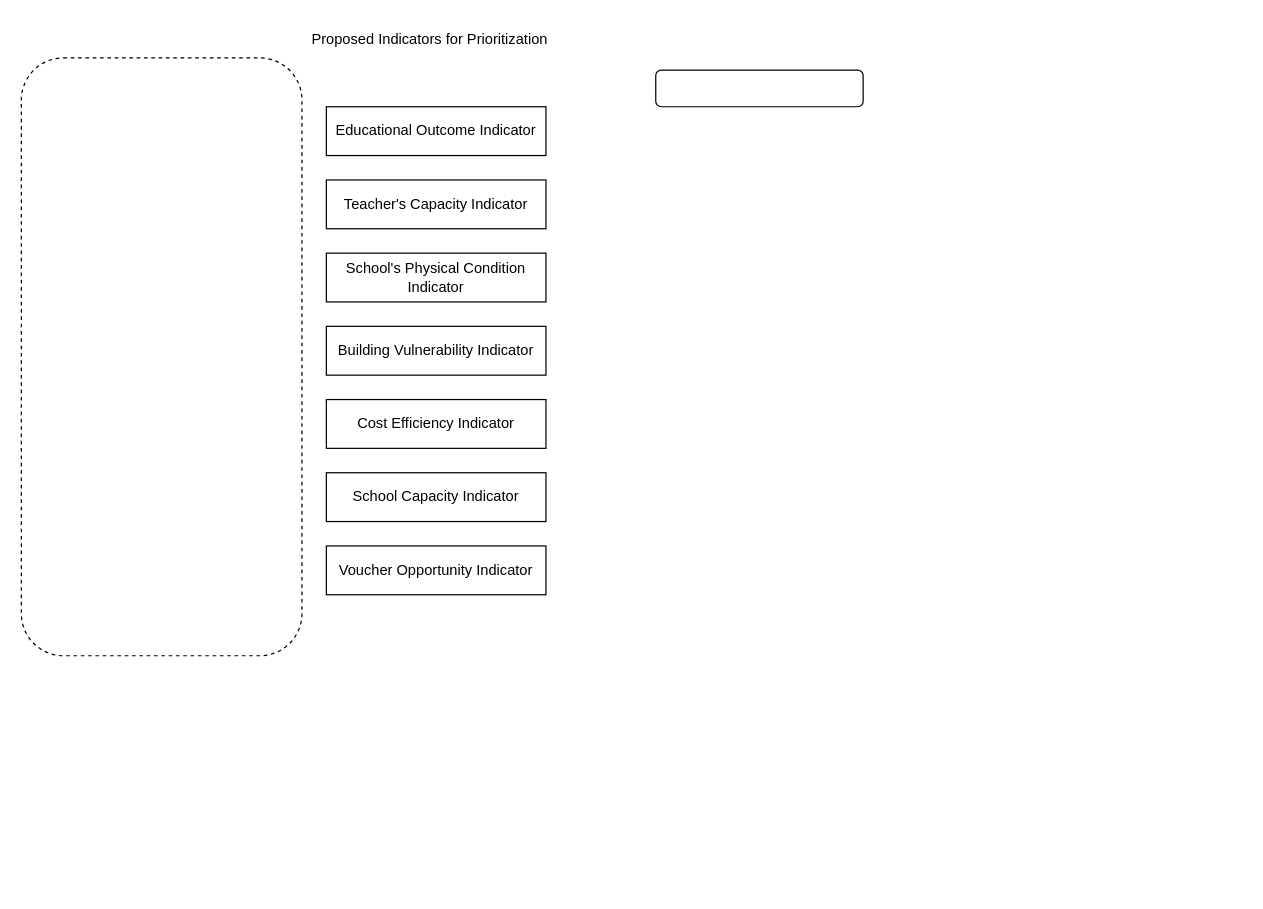
Before: EFD Prioritization.drawio in jnlawrence/DepEd_scripts, a draw.io diagram. Source tidied: cells renumbered, new cells numbered last; positions are measured from the earlier drawing's top-left corner, leaving out a move shared by most shapes. Both pictures are drawn from the tidied source at 122%, with x=0, y=0 at pixel (21, 21).
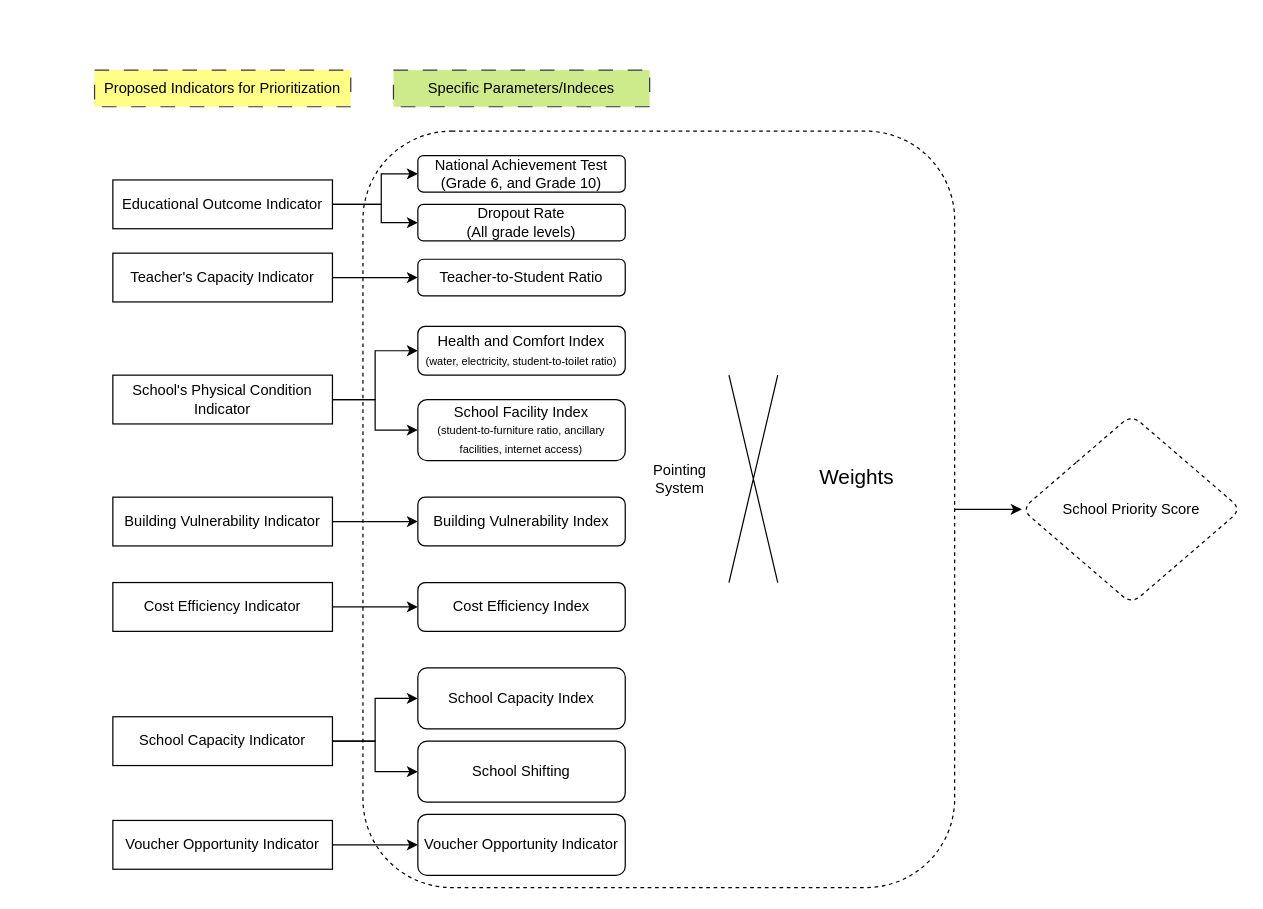
The same diagram, later.

What changed in the source:
```diff
@@
+    <mxCell id="12" style="edgeStyle=orthogonalEdgeStyle;rounded=0;jettySize=auto;html=1;" parent="1" edge="1" source="2" target="36">
+      <mxGeometry relative="1" as="geometry" />
+    </mxCell>
     <mxCell id="2" style="rounded=1;whiteSpace=wrap;html=1;dashed=1;fillColor=none;" parent="1" vertex="1">
-      <mxGeometry y="30" width="230" height="490" as="geometry" />
+      <mxGeometry x="280" y="90" width="485" height="620" as="geometry" />
     </mxCell>
-    <mxCell id="3" value="Proposed Indicators for Prioritization" style="text;html=1;align=center;verticalAlign=middle;whiteSpace=wrap;rounded=0;" parent="1" vertex="1">
-      <mxGeometry x="230" width="210" height="30" as="geometry" />
+    <mxCell id="3" value="Proposed Indicators for Prioritization" style="text;html=1;align=center;verticalAlign=middle;whiteSpace=wrap;rounded=0;dashed=1;dashPattern=12 12;strokeColor=#36393d;fillColor=#ffff88;" parent="1" vertex="1">
+      <mxGeometry x="60" y="40" width="210" height="30" as="geometry" />
     </mxCell>
+    <mxCell id="13" style="edgeStyle=orthogonalEdgeStyle;rounded=0;jettySize=auto;html=1;entryX=0;entryY=0.5;entryDx=0;entryDy=0;" parent="1" edge="1" source="4" target="23">
+      <mxGeometry relative="1" as="geometry">
+        <Array as="points">
+          <mxPoint x="295" y="150" />
+          <mxPoint x="295" y="165" />
+        </Array>
+      </mxGeometry>
+    </mxCell>
+    <mxCell id="14" style="edgeStyle=orthogonalEdgeStyle;rounded=0;jettySize=auto;html=1;entryX=0;entryY=0.5;entryDx=0;entryDy=0;" parent="1" edge="1" source="4" target="11">
+      <mxGeometry relative="1" as="geometry">
+        <Array as="points">
+          <mxPoint x="295" y="150" />
+          <mxPoint x="295" y="125" />
+        </Array>
+      </mxGeometry>
+    </mxCell>
     <mxCell id="4" value="Educational Outcome Indicator" style="rounded=0;whiteSpace=wrap;html=1;glass=0;fontStyle=0;spacing=5;" parent="1" vertex="1">
-      <mxGeometry x="250" y="70" width="180" height="40" as="geometry" />
+      <mxGeometry x="75" y="130" width="180" height="40" as="geometry" />
     </mxCell>
+    <mxCell id="15" style="edgeStyle=orthogonalEdgeStyle;rounded=0;jettySize=auto;html=1;" parent="1" edge="1" source="5" target="24">
+      <mxGeometry relative="1" as="geometry" />
+    </mxCell>
     <mxCell id="5" value="Teacher's Capacity Indicator" style="rounded=0;whiteSpace=wrap;html=1;glass=0;fontStyle=0;spacing=5;" parent="1" vertex="1">
-      <mxGeometry x="250" y="130" width="180" height="40" as="geometry" />
+      <mxGeometry x="75" y="190" width="180" height="40" as="geometry" />
     </mxCell>
+    <mxCell id="16" style="edgeStyle=orthogonalEdgeStyle;rounded=0;jettySize=auto;html=1;entryX=0;entryY=0.5;entryDx=0;entryDy=0;" parent="1" edge="1" source="6" target="25">
+      <mxGeometry relative="1" as="geometry" />
+    </mxCell>
+    <mxCell id="17" style="edgeStyle=orthogonalEdgeStyle;rounded=0;jettySize=auto;html=1;entryX=0;entryY=0.5;entryDx=0;entryDy=0;" parent="1" edge="1" source="6" target="26">
+      <mxGeometry relative="1" as="geometry" />
+    </mxCell>
     <mxCell id="6" value="School's Physical Condition Indicator" style="rounded=0;whiteSpace=wrap;html=1;glass=0;fontStyle=0;spacing=5;" parent="1" vertex="1">
-      <mxGeometry x="250" y="190" width="180" height="40" as="geometry" />
+      <mxGeometry x="75" y="290" width="180" height="40" as="geometry" />
     </mxCell>
+    <mxCell id="18" style="edgeStyle=orthogonalEdgeStyle;rounded=0;jettySize=auto;html=1;entryX=0;entryY=0.5;entryDx=0;entryDy=0;" parent="1" edge="1" source="7" target="27">
+      <mxGeometry relative="1" as="geometry" />
+    </mxCell>
     <mxCell id="7" value="Building Vulnerability Indicator" style="rounded=0;whiteSpace=wrap;html=1;glass=0;fontStyle=0;spacing=5;" parent="1" vertex="1">
-      <mxGeometry x="250" y="250" width="180" height="40" as="geometry" />
+      <mxGeometry x="75" y="390" width="180" height="40" as="geometry" />
     </mxCell>
+    <mxCell id="19" style="edgeStyle=orthogonalEdgeStyle;rounded=0;jettySize=auto;html=1;exitX=1;exitY=0.5;exitDx=0;exitDy=0;entryX=0;entryY=0.5;entryDx=0;entryDy=0;" parent="1" edge="1" source="8" target="28">
+      <mxGeometry relative="1" as="geometry" />
+    </mxCell>
     <mxCell id="8" value="Cost Efficiency Indicator" style="rounded=0;whiteSpace=wrap;html=1;glass=0;fontStyle=0;spacing=5;" parent="1" vertex="1">
-      <mxGeometry x="250" y="310" width="180" height="40" as="geometry" />
+      <mxGeometry x="75" y="460" width="180" height="40" as="geometry" />
     </mxCell>
+    <mxCell id="20" style="edgeStyle=orthogonalEdgeStyle;rounded=0;jettySize=auto;html=1;entryX=0;entryY=0.5;entryDx=0;entryDy=0;" parent="1" edge="1" source="9" target="29">
+      <mxGeometry relative="1" as="geometry" />
+    </mxCell>
+    <mxCell id="21" style="edgeStyle=orthogonalEdgeStyle;rounded=0;jettySize=auto;html=1;entryX=0;entryY=0.5;entryDx=0;entryDy=0;" parent="1" edge="1" source="9" target="33">
+      <mxGeometry relative="1" as="geometry" />
+    </mxCell>
     <mxCell id="9" value="School Capacity Indicator" style="rounded=0;whiteSpace=wrap;html=1;glass=0;fontStyle=0;spacing=5;" parent="1" vertex="1">
-      <mxGeometry x="250" y="370" width="180" height="40" as="geometry" />
+      <mxGeometry x="75" y="570" width="180" height="40" as="geometry" />
     </mxCell>
+    <mxCell id="22" style="edgeStyle=orthogonalEdgeStyle;rounded=0;jettySize=auto;html=1;entryX=0;entryY=0.5;entryDx=0;entryDy=0;" parent="1" edge="1" source="10" target="30">
+      <mxGeometry relative="1" as="geometry" />
+    </mxCell>
     <mxCell id="10" value="Voucher Opportunity Indicator" style="rounded=0;whiteSpace=wrap;html=1;glass=0;fontStyle=0;spacing=5;" parent="1" vertex="1">
-      <mxGeometry x="250" y="430" width="180" height="40" as="geometry" />
+      <mxGeometry x="75" y="655" width="180" height="40" as="geometry" />
     </mxCell>
-    <mxCell id="11" style="rounded=1;whiteSpace=wrap;html=1;" parent="1" vertex="1">
-      <mxGeometry x="520" y="40" width="170" height="30" as="geometry" />
+    <mxCell id="11" value="National Achievement Test (Grade 6, and Grade 10)" style="rounded=1;whiteSpace=wrap;html=1;" parent="1" vertex="1">
+      <mxGeometry x="325" y="110" width="170" height="30" as="geometry" />
     </mxCell>
+    <mxCell id="23" value="Dropout Rate&lt;br&gt;(All grade levels)" style="rounded=1;whiteSpace=wrap;html=1;" parent="1" vertex="1">
+      <mxGeometry x="325" y="150" width="170" height="30" as="geometry" />
+    </mxCell>
+    <mxCell id="24" value="Teacher-to-Student Ratio" style="rounded=1;whiteSpace=wrap;html=1;" parent="1" vertex="1">
+      <mxGeometry x="325" y="195" width="170" height="30" as="geometry" />
+    </mxCell>
+    <mxCell id="25" value="Health and Comfort Index&lt;br&gt;&lt;font style=&quot;font-size: 9px;&quot;&gt;(water, electricity, student-to-toilet ratio)&lt;/font&gt;" style="rounded=1;whiteSpace=wrap;html=1;" parent="1" vertex="1">
+      <mxGeometry x="325" y="250" width="170" height="40" as="geometry" />
+    </mxCell>
+    <mxCell id="26" value="School Facility Index&lt;br&gt;&lt;font style=&quot;font-size: 9px;&quot;&gt;(student-to-furniture ratio, ancillary facilities, internet access)&lt;/font&gt;" style="rounded=1;whiteSpace=wrap;html=1;" parent="1" vertex="1">
+      <mxGeometry x="325" y="310" width="170" height="50" as="geometry" />
+    </mxCell>
+    <mxCell id="27" value="Building Vulnerability Index" style="rounded=1;whiteSpace=wrap;html=1;" parent="1" vertex="1">
+      <mxGeometry x="325" y="390" width="170" height="40" as="geometry" />
+    </mxCell>
+    <mxCell id="28" value="Cost Efficiency Index" style="rounded=1;whiteSpace=wrap;html=1;" parent="1" vertex="1">
+      <mxGeometry x="325" y="460" width="170" height="40" as="geometry" />
+    </mxCell>
+    <mxCell id="29" value="School Capacity Index" style="rounded=1;whiteSpace=wrap;html=1;" parent="1" vertex="1">
+      <mxGeometry x="325" y="530" width="170" height="50" as="geometry" />
+    </mxCell>
+    <mxCell id="30" value="Voucher Opportunity Indicator" style="rounded=1;whiteSpace=wrap;html=1;" parent="1" vertex="1">
+      <mxGeometry x="325" y="650" width="170" height="50" as="geometry" />
+    </mxCell>
+    <mxCell id="31" style="shape=mxgraph.sysml.x;" parent="1" vertex="1">
+      <mxGeometry x="580" y="290" width="40" height="170" as="geometry" />
+    </mxCell>
+    <mxCell id="32" value="Specific Parameters/Indeces" style="text;html=1;align=center;verticalAlign=middle;whiteSpace=wrap;rounded=0;dashed=1;dashPattern=12 12;strokeColor=#36393d;fillColor=#cdeb8b;" parent="1" vertex="1">
+      <mxGeometry x="305" y="40" width="210" height="30" as="geometry" />
+    </mxCell>
+    <mxCell id="33" value="School Shifting" style="rounded=1;whiteSpace=wrap;html=1;" parent="1" vertex="1">
+      <mxGeometry x="325" y="590" width="170" height="50" as="geometry" />
+    </mxCell>
+    <mxCell id="34" value="&lt;font style=&quot;font-size: 17px;&quot;&gt;Weights&lt;/font&gt;" style="text;html=1;align=center;verticalAlign=middle;whiteSpace=wrap;rounded=0;" parent="1" vertex="1">
+      <mxGeometry x="620" y="320" width="130" height="110" as="geometry" />
+    </mxCell>
+    <mxCell id="35" value="Pointing System" style="text;html=1;align=center;verticalAlign=middle;whiteSpace=wrap;rounded=0;" parent="1" vertex="1">
+      <mxGeometry x="510" y="360" width="60" height="30" as="geometry" />
+    </mxCell>
+    <mxCell id="36" value="School Priority Score" style="rhombus;whiteSpace=wrap;html=1;fillColor=none;rounded=1;dashed=1;" parent="1" vertex="1">
+      <mxGeometry x="820" y="322.5" width="180" height="155" as="geometry" />
+    </mxCell>
```
